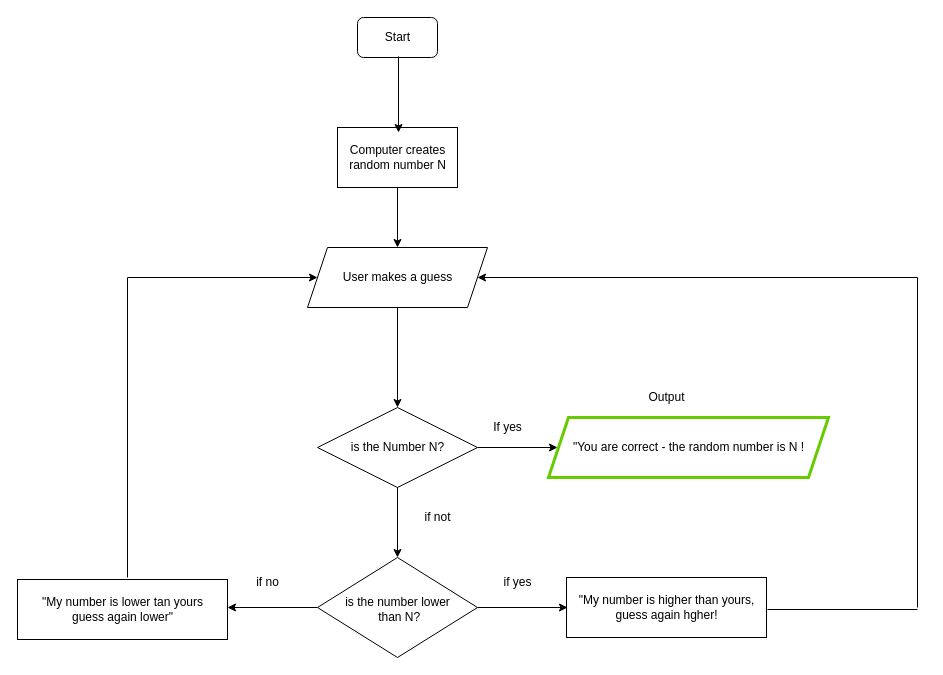
Earlier version of the draw.io diagram Basic Exercise.drawio (Mark-Kamitz/FE21-Algorithms-kamitz-kheradmand). Source tidied: cells renumbered, new cells numbered last; positions are measured from the earlier drawing's top-left corner, leaving out a move shared by most shapes. Both pictures are drawn from the tidied source at 100%, with x=0, y=0 at pixel (17, 17).
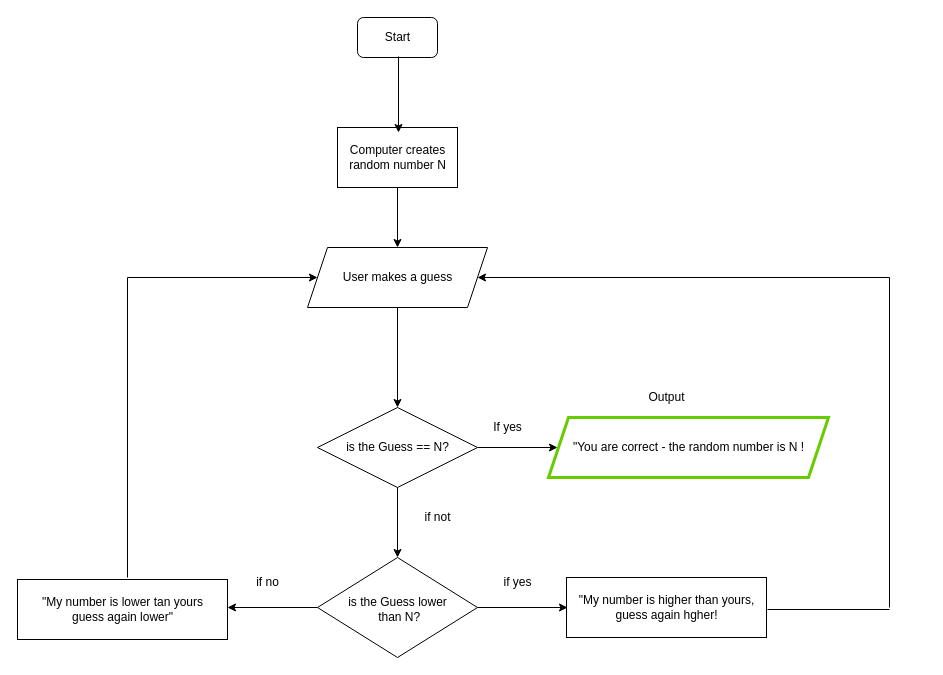
After the change.

Commit message:
basic exercise corrected and finished

Unchanged cells that the change refers to:
```xml
<mxCell id="19" style="shape=parallelogram;perimeter=parallelogramPerimeter;whiteSpace=wrap;html=1;fixedSize=1;" parent="1" vertex="1">
  <mxGeometry x="290" y="230" width="180" height="60" as="geometry" />
</mxCell>
```

What changed in the source:
```diff
@@
-    <mxCell id="10" value="is the Number N?" style="text;html=1;align=center;verticalAlign=middle;fillColor=none;strokeColor=none;rounded=0;" parent="1" vertex="1">
-      <mxGeometry x="325" y="420" width="110" height="20" as="geometry" />
+    <mxCell id="10" value="is the Guess == N?" style="text;html=1;align=center;verticalAlign=middle;fillColor=none;strokeColor=none;rounded=0;" parent="1" vertex="1">
+      <mxGeometry x="320" y="420" width="120" height="20" as="geometry" />
     </mxCell>
@@
-    <mxCell id="18" value="is the number lower&lt;br&gt;&amp;nbsp;than N?" style="text;html=1;align=center;verticalAlign=middle;fillColor=none;strokeColor=none;rounded=0;" parent="1" vertex="1">
-      <mxGeometry x="320" y="577" width="120" height="30" as="geometry" />
+    <mxCell id="18" value="is the Guess lower&lt;br&gt;&amp;nbsp;than N?" style="text;html=1;align=center;verticalAlign=middle;fillColor=none;strokeColor=none;rounded=0;" parent="1" vertex="1">
+      <mxGeometry x="325" y="577" width="110" height="30" as="geometry" />
     </mxCell>
@@
     <mxCell id="26" style="endArrow=none;html=1;" parent="1" edge="1">
       <mxGeometry relative="1" as="geometry">
         <mxPoint x="750" y="592" as="sourcePoint" />
-        <mxPoint x="900" y="592" as="targetPoint" />
+        <mxPoint x="872" y="592" as="targetPoint" />
       </mxGeometry>
     </mxCell>
     <mxCell id="27" style="endArrow=none;html=1;" parent="1" edge="1">
       <mxGeometry relative="1" as="geometry">
-        <mxPoint x="900" y="590" as="sourcePoint" />
-        <mxPoint x="900" y="260" as="targetPoint" />
+        <mxPoint x="872" y="590" as="sourcePoint" />
+        <mxPoint x="872" y="260" as="targetPoint" />
       </mxGeometry>
     </mxCell>
     <mxCell id="28" style="endArrow=classic;html=1;entryX=1;entryY=0.5;entryDx=0;entryDy=0;" parent="1" edge="1" target="19">
       <mxGeometry relative="1" as="geometry">
-        <mxPoint x="900" y="260" as="sourcePoint" />
+        <mxPoint x="872" y="260" as="sourcePoint" />
       </mxGeometry>
     </mxCell>
```
